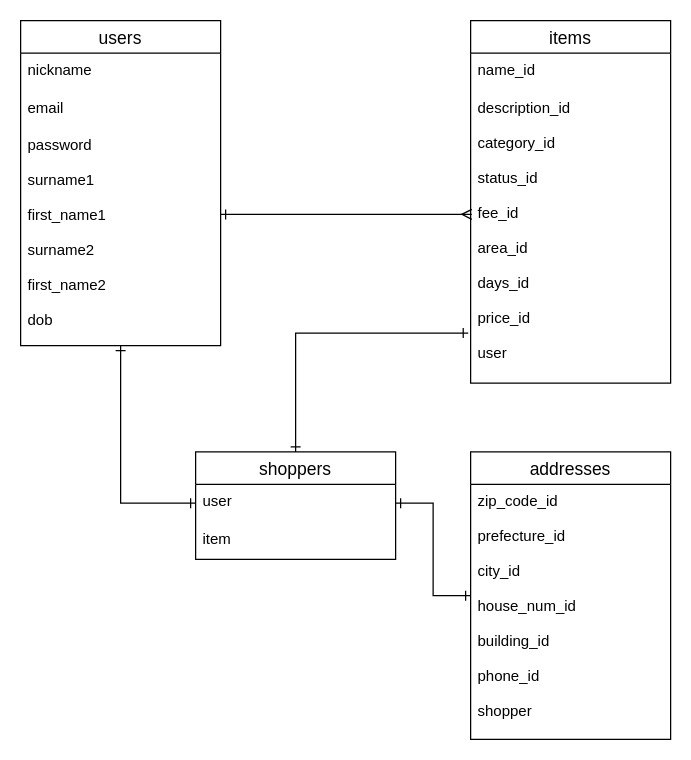
Earlier version of the draw.io diagram .dio (Hiroki-Sakurazawa/furima-28665). Source tidied: cells renumbered, new cells numbered last; positions are measured from the earlier drawing's top-left corner, leaving out a move shared by most shapes. Both pictures are drawn from the tidied source at 125%, with x=0, y=0 at pixel (20, 20).
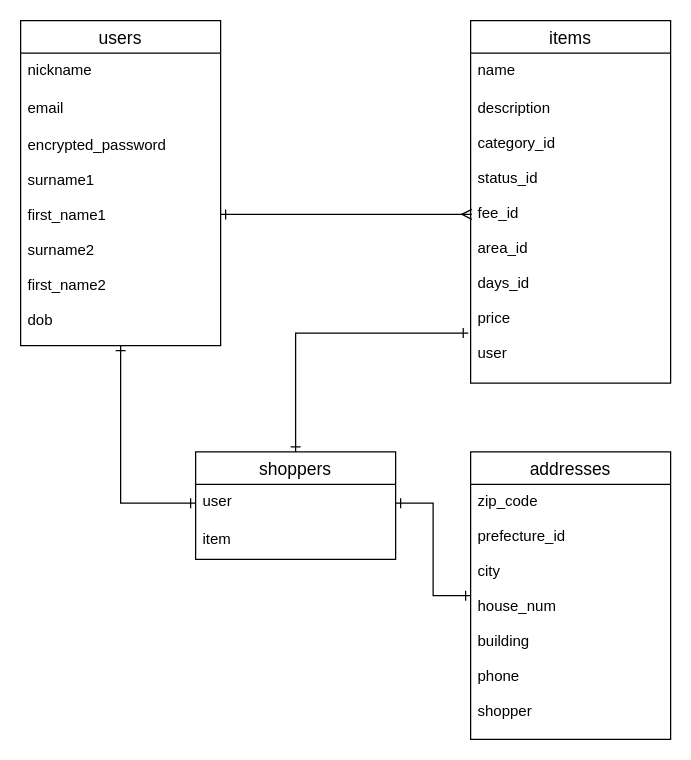
After the change.

Commit message (it also covers changes not shown here):
レビュー修正２

What changed in the source:
```diff
@@
 <mxGraphModel>
   <root>
     <mxCell id="0" />
     <mxCell id="1" parent="0" />
     <mxCell id="2" style="edgeStyle=orthogonalEdgeStyle;rounded=0;jettySize=auto;html=1;entryX=0.006;entryY=0.423;entryDx=0;entryDy=0;entryPerimeter=0;startArrow=ERone;startFill=0;endArrow=ERmany;endFill=0;" parent="1" edge="1" source="4" target="10">
       <mxGeometry relative="1" as="geometry">
         <Array as="points">
           <mxPoint x="210" y="155" />
           <mxPoint x="210" y="155" />
         </Array>
       </mxGeometry>
     </mxCell>
     <mxCell id="3" style="edgeStyle=orthogonalEdgeStyle;rounded=0;jettySize=auto;html=1;entryX=0;entryY=0.5;entryDx=0;entryDy=0;startArrow=ERone;startFill=0;endArrow=ERone;endFill=0;" parent="1" edge="1" source="4" target="16">
       <mxGeometry relative="1" as="geometry" />
     </mxCell>
     <mxCell id="4" value="users" style="swimlane;fontStyle=0;horizontal=1;startSize=26;align=center;fontSize=14;" parent="1" vertex="1">
       <mxGeometry width="160" height="260" as="geometry" />
     </mxCell>
     <mxCell id="5" value="nickname" style="text;strokeColor=none;fillColor=none;spacingLeft=4;spacingRight=4;overflow=hidden;fontSize=12;" parent="4" vertex="1">
       <mxGeometry y="26" width="160" height="30" as="geometry" />
     </mxCell>
     <mxCell id="6" value="email" style="text;strokeColor=none;fillColor=none;spacingLeft=4;spacingRight=4;overflow=hidden;fontSize=12;" parent="4" vertex="1">
       <mxGeometry y="56" width="160" height="30" as="geometry" />
     </mxCell>
-    <mxCell id="7" value="password&#10;&#10;surname1&#10;&#10;first_name1&#10;&#10;surname2&#10;&#10;first_name2&#10;&#10;dob" style="text;strokeColor=none;fillColor=none;spacingLeft=4;spacingRight=4;overflow=hidden;fontSize=12;" parent="4" vertex="1">
+    <mxCell id="7" value="encrypted_password&#10;&#10;surname1&#10;&#10;first_name1&#10;&#10;surname2&#10;&#10;first_name2&#10;&#10;dob" style="text;strokeColor=none;fillColor=none;spacingLeft=4;spacingRight=4;overflow=hidden;fontSize=12;" parent="4" vertex="1">
       <mxGeometry y="86" width="160" height="174" as="geometry" />
     </mxCell>
     <mxCell id="8" value="items" style="swimlane;fontStyle=0;horizontal=1;startSize=26;align=center;fontSize=14;" parent="1" vertex="1">
       <mxGeometry x="360" width="160" height="290" as="geometry" />
     </mxCell>
-    <mxCell id="9" value="name_id" style="text;strokeColor=none;fillColor=none;spacingLeft=4;spacingRight=4;overflow=hidden;fontSize=12;" parent="8" vertex="1">
+    <mxCell id="9" value="name" style="text;strokeColor=none;fillColor=none;spacingLeft=4;spacingRight=4;overflow=hidden;fontSize=12;" parent="8" vertex="1">
       <mxGeometry y="26" width="160" height="30" as="geometry" />
     </mxCell>
-    <mxCell id="10" value="description_id&#10;&#10;category_id&#10;&#10;status_id&#10;&#10;fee_id&#10;&#10;area_id&#10;&#10;days_id&#10;&#10;price_id&#10;&#10;user" style="text;strokeColor=none;fillColor=none;spacingLeft=4;spacingRight=4;overflow=hidden;points=[[0,0.5],[1,0.5]];portConstraint=eastwest;fontSize=12;" parent="8" vertex="1">
+    <mxCell id="10" value="description&#10;&#10;category_id&#10;&#10;status_id&#10;&#10;fee_id&#10;&#10;area_id&#10;&#10;days_id&#10;&#10;price&#10;&#10;user" style="text;strokeColor=none;fillColor=none;spacingLeft=4;spacingRight=4;overflow=hidden;points=[[0,0.5],[1,0.5]];portConstraint=eastwest;fontSize=12;" parent="8" vertex="1">
       <mxGeometry y="56" width="160" height="234" as="geometry" />
     </mxCell>
     <mxCell id="11" style="edgeStyle=orthogonalEdgeStyle;rounded=0;jettySize=auto;html=1;entryX=1;entryY=0.5;entryDx=0;entryDy=0;startArrow=ERone;startFill=0;endArrow=ERone;endFill=0;" parent="1" edge="1" source="12" target="16">
       <mxGeometry relative="1" as="geometry" />
     </mxCell>
     <mxCell id="12" value="addresses" style="swimlane;fontStyle=0;horizontal=1;startSize=26;align=center;fontSize=14;" parent="1" vertex="1">
       <mxGeometry x="360" y="345" width="160" height="230" as="geometry" />
     </mxCell>
-    <mxCell id="13" value="zip_code_id&#10;&#10;prefecture_id&#10;&#10;city_id&#10;&#10;house_num_id&#10;&#10;building_id&#10;&#10;phone_id&#10;&#10;shopper" style="text;strokeColor=none;fillColor=none;spacingLeft=4;spacingRight=4;overflow=hidden;fontSize=12;" parent="12" vertex="1">
+    <mxCell id="13" value="zip_code&#10;&#10;prefecture_id&#10;&#10;city&#10;&#10;house_num&#10;&#10;building&#10;&#10;phone&#10;&#10;shopper" style="text;strokeColor=none;fillColor=none;spacingLeft=4;spacingRight=4;overflow=hidden;fontSize=12;" parent="12" vertex="1">
       <mxGeometry y="26" width="160" height="204" as="geometry" />
     </mxCell>
     <mxCell id="14" style="edgeStyle=orthogonalEdgeStyle;rounded=0;jettySize=auto;html=1;entryX=-0.012;entryY=0.829;entryDx=0;entryDy=0;entryPerimeter=0;startArrow=ERone;startFill=0;endArrow=ERone;endFill=0;" parent="1" edge="1" source="15" target="10">
       <mxGeometry relative="1" as="geometry" />
     </mxCell>
     <mxCell id="15" value="shoppers" style="swimlane;fontStyle=0;horizontal=1;startSize=26;align=center;fontSize=14;" parent="1" vertex="1">
       <mxGeometry x="140" y="345" width="160" height="86" as="geometry" />
     </mxCell>
     <mxCell id="16" value="user" style="text;strokeColor=none;fillColor=none;spacingLeft=4;spacingRight=4;overflow=hidden;points=[[0,0.5],[1,0.5]];portConstraint=eastwest;fontSize=12;" parent="15" vertex="1">
       <mxGeometry y="26" width="160" height="30" as="geometry" />
     </mxCell>
     <mxCell id="17" value="item" style="text;strokeColor=none;fillColor=none;spacingLeft=4;spacingRight=4;overflow=hidden;fontSize=12;" parent="15" vertex="1">
       <mxGeometry y="56" width="160" height="30" as="geometry" />
     </mxCell>
   </root>
 </mxGraphModel>
```
